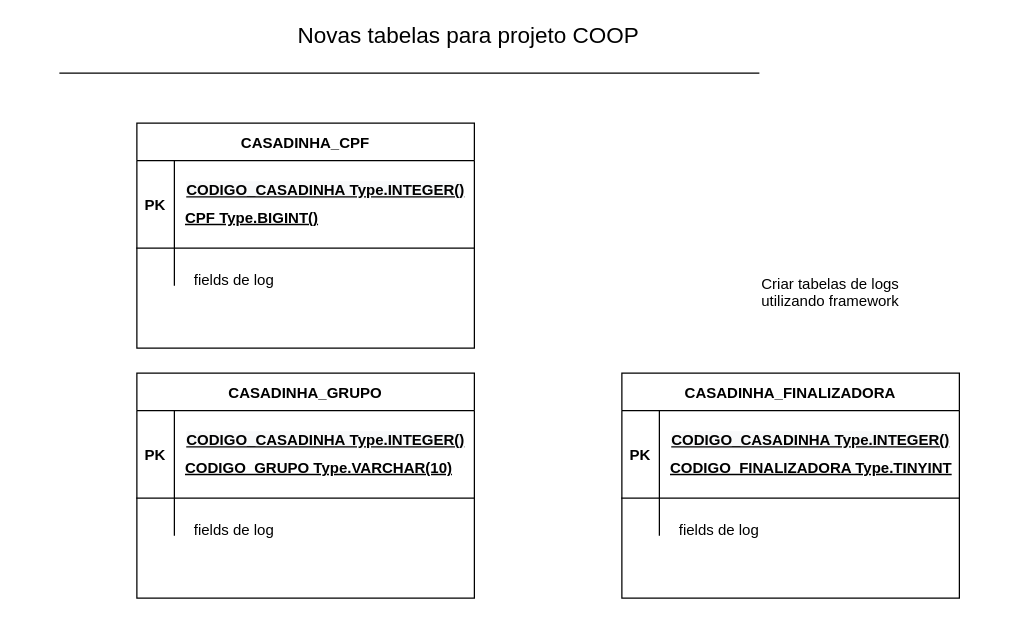
Before: VirtualPack.drawio in Wiu0/diagram, a draw.io diagram. Source tidied: cells renumbered, new cells numbered last; positions are measured from the earlier drawing's top-left corner, leaving out a move shared by most shapes. Both pictures are drawn from the tidied source at 125%, with x=0, y=0 at pixel (21, 22).
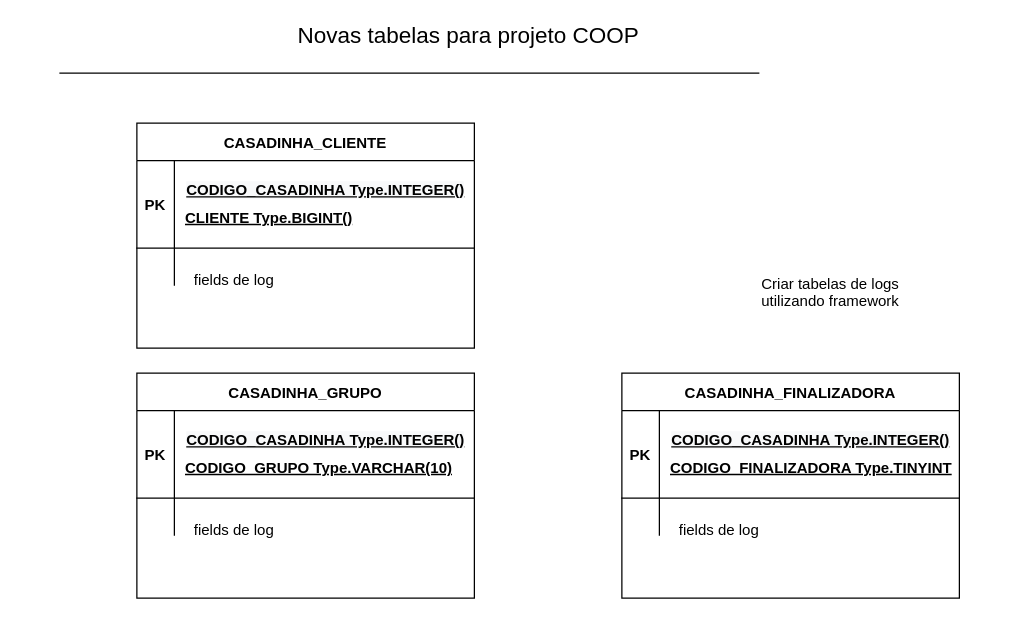
The same diagram, later.

Change to the diagram source:
```diff
@@
-    <mxCell id="2" value="CASADINHA_CPF" style="shape=table;startSize=30;childLayout=tableLayout;rowLines=0;fontStyle=1;align=center;" parent="1" vertex="1">
+    <mxCell id="2" value="CASADINHA_CLIENTE" style="shape=table;startSize=30;childLayout=tableLayout;rowLines=0;fontStyle=1;align=center;" parent="1" vertex="1">
       <mxGeometry x="92" y="80" width="270" height="180" as="geometry" />
     </mxCell>
@@
-    <mxCell id="9" value="CPF Type.BIGINT()" style="shape=partialRectangle;overflow=hidden;fillColor=none;top=0;left=0;bottom=0;right=0;align=left;spacingLeft=6;fontStyle=5;" parent="1" vertex="1">
+    <mxCell id="9" value="CLIENTE Type.BIGINT()" style="shape=partialRectangle;overflow=hidden;fillColor=none;top=0;left=0;bottom=0;right=0;align=left;spacingLeft=6;fontStyle=5;" parent="1" vertex="1">
       <mxGeometry x="123" y="140" width="240" height="30" as="geometry" />
     </mxCell>
```
